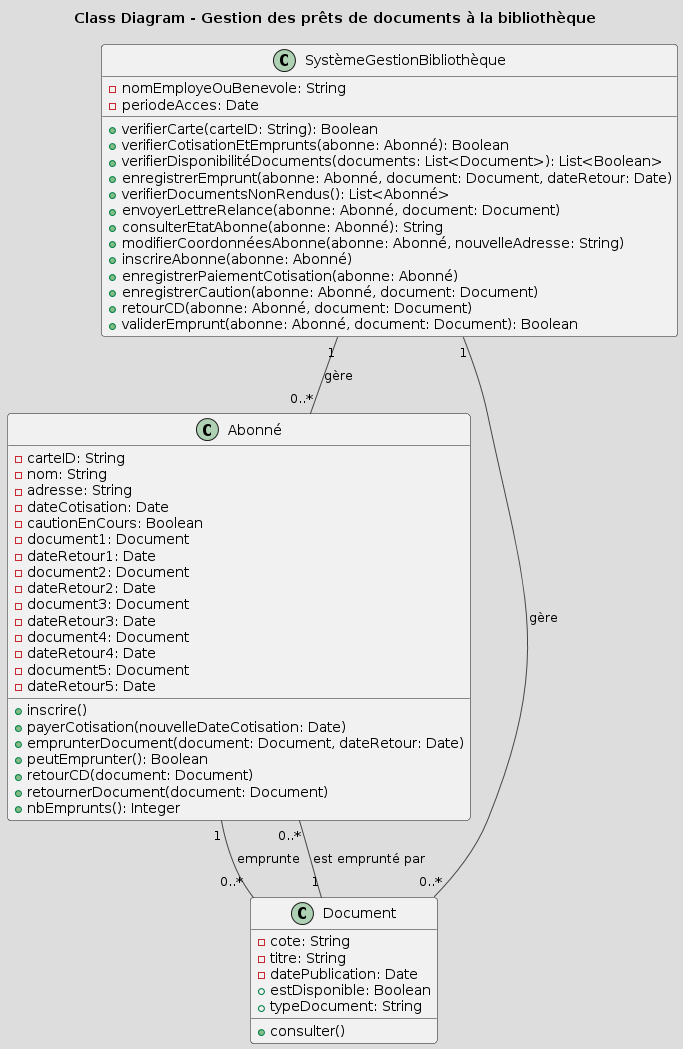
This is asset/diagramme_classe.png from clemence95/CDA24178, a PlantUML export, as it was before one commit.
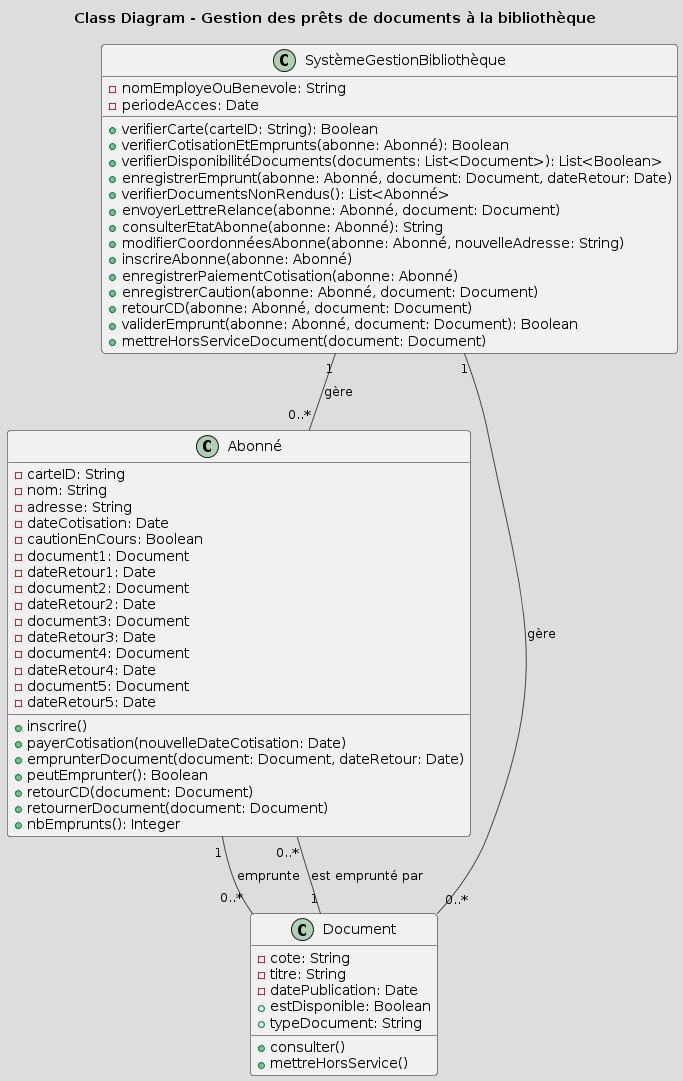
After the commit.

The edit, as a diff of the source:
```diff
@@ -34,6 +34,7 @@
     + estDisponible: Boolean
     + typeDocument: String
     + consulter()
+    + mettreHorsService()
 }
 
 class SystèmeGestionBibliothèque {
@@ -52,6 +53,7 @@
     + enregistrerCaution(abonne: Abonné, document: Document)
     + retourCD(abonne: Abonné, document: Document)
     + validerEmprunt(abonne: Abonné, document: Document): Boolean
+    + mettreHorsServiceDocument(document: Document)
 }
 
 Abonné "1" -- "0..*" Document : emprunte
```
